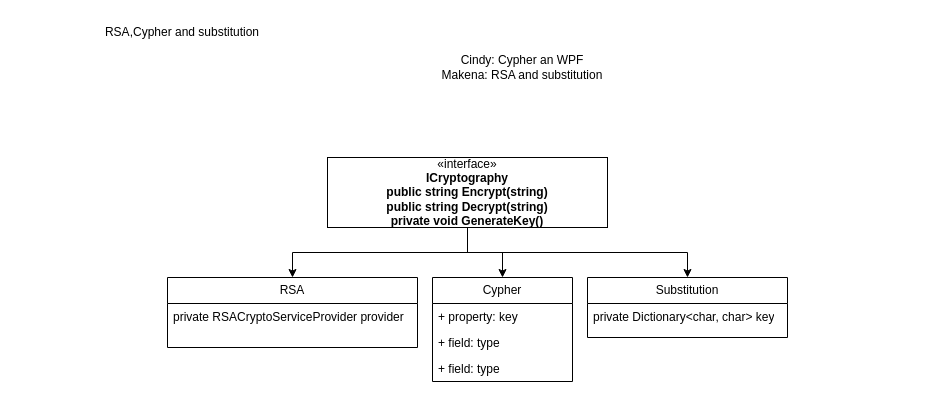
Cindy-Coulibaly/Security_Project keeps this draw.io diagram as ClassDiagramCryptography.drawio. Above is the earlier version. Source tidied: cells renumbered, new cells numbered last; positions are measured from the earlier drawing's top-left corner, leaving out a move shared by most shapes. Both pictures are drawn from the tidied source at 100%, with x=0, y=0 at pixel (67, 17).
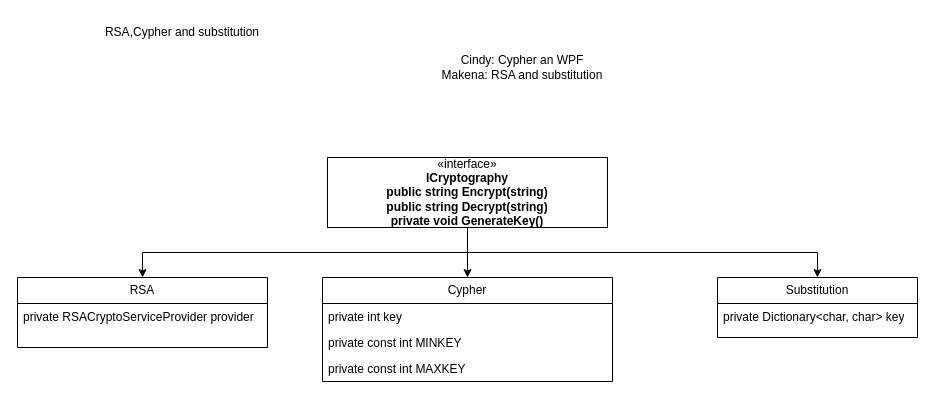
After the change.

The edit, as a diff of the source:
```diff
@@
 <mxGraphModel>
   <root>
     <mxCell id="0" />
     <mxCell id="1" parent="0" />
     <mxCell id="2" value="RSA,Cypher and substitution" style="text;html=1;strokeColor=none;fillColor=none;align=center;verticalAlign=middle;whiteSpace=wrap;rounded=0;" parent="1" vertex="1">
       <mxGeometry width="230" height="30" as="geometry" />
     </mxCell>
     <mxCell id="3" value="Cindy: Cypher an WPF&lt;br&gt;Makena: RSA and substitution" style="text;html=1;strokeColor=none;fillColor=none;align=center;verticalAlign=middle;whiteSpace=wrap;rounded=0;" parent="1" vertex="1">
       <mxGeometry x="320" width="270" height="100" as="geometry" />
     </mxCell>
     <mxCell id="4" style="edgeStyle=orthogonalEdgeStyle;rounded=0;jettySize=auto;html=1;exitX=0.5;exitY=1;exitDx=0;exitDy=0;entryX=0.5;entryY=0;entryDx=0;entryDy=0;" parent="1" edge="1" source="7" target="8">
       <mxGeometry relative="1" as="geometry" />
     </mxCell>
     <mxCell id="5" style="edgeStyle=orthogonalEdgeStyle;rounded=0;jettySize=auto;html=1;exitX=0.5;exitY=1;exitDx=0;exitDy=0;entryX=0.5;entryY=0;entryDx=0;entryDy=0;" parent="1" edge="1" source="7" target="10">
       <mxGeometry relative="1" as="geometry" />
     </mxCell>
     <mxCell id="6" style="edgeStyle=orthogonalEdgeStyle;rounded=0;jettySize=auto;html=1;exitX=0.5;exitY=1;exitDx=0;exitDy=0;entryX=0.5;entryY=0;entryDx=0;entryDy=0;" parent="1" edge="1" source="7" target="14">
       <mxGeometry relative="1" as="geometry" />
     </mxCell>
     <mxCell id="7" value="«interface»&lt;br&gt;&lt;b&gt;ICryptography&lt;br&gt;public string Encrypt(string)&lt;br&gt;public string Decrypt(string)&lt;br&gt;private void GenerateKey()&lt;br&gt;&lt;/b&gt;" style="html=1;whiteSpace=wrap;" parent="1" vertex="1">
       <mxGeometry x="260" y="140" width="280" height="70" as="geometry" />
     </mxCell>
     <mxCell id="8" value="RSA" style="swimlane;fontStyle=0;horizontal=1;startSize=26;fillColor=none;whiteSpace=wrap;html=1;" parent="1" vertex="1">
-      <mxGeometry x="100" y="260" width="250" height="70" as="geometry" />
+      <mxGeometry x="-50" y="260" width="250" height="70" as="geometry" />
     </mxCell>
     <mxCell id="9" value="private RSACryptoServiceProvider provider" style="text;strokeColor=none;fillColor=none;align=left;verticalAlign=top;spacingLeft=4;spacingRight=4;overflow=hidden;whiteSpace=wrap;html=1;" parent="8" vertex="1">
       <mxGeometry y="26" width="250" height="44" as="geometry" />
     </mxCell>
     <mxCell id="10" value="Cypher" style="swimlane;fontStyle=0;horizontal=1;startSize=26;fillColor=none;whiteSpace=wrap;html=1;" parent="1" vertex="1">
-      <mxGeometry x="365" y="260" width="140" height="104" as="geometry" />
+      <mxGeometry x="255" y="260" width="290" height="104" as="geometry" />
     </mxCell>
-    <mxCell id="11" value="+ property: key" style="text;strokeColor=none;fillColor=none;align=left;verticalAlign=top;spacingLeft=4;spacingRight=4;overflow=hidden;whiteSpace=wrap;html=1;" parent="10" vertex="1">
-      <mxGeometry y="26" width="140" height="26" as="geometry" />
+    <mxCell id="11" value="private int key" style="text;strokeColor=none;fillColor=none;align=left;verticalAlign=top;spacingLeft=4;spacingRight=4;overflow=hidden;whiteSpace=wrap;html=1;" parent="10" vertex="1">
+      <mxGeometry y="26" width="290" height="26" as="geometry" />
     </mxCell>
-    <mxCell id="12" value="+ field: type" style="text;strokeColor=none;fillColor=none;align=left;verticalAlign=top;spacingLeft=4;spacingRight=4;overflow=hidden;whiteSpace=wrap;html=1;" parent="10" vertex="1">
-      <mxGeometry y="52" width="140" height="26" as="geometry" />
+    <mxCell id="12" value="private const int MINKEY" style="text;strokeColor=none;fillColor=none;align=left;verticalAlign=top;spacingLeft=4;spacingRight=4;overflow=hidden;whiteSpace=wrap;html=1;" parent="10" vertex="1">
+      <mxGeometry y="52" width="290" height="26" as="geometry" />
     </mxCell>
-    <mxCell id="13" value="+ field: type" style="text;strokeColor=none;fillColor=none;align=left;verticalAlign=top;spacingLeft=4;spacingRight=4;overflow=hidden;whiteSpace=wrap;html=1;" parent="10" vertex="1">
-      <mxGeometry y="78" width="140" height="26" as="geometry" />
+    <mxCell id="13" value="private const int MAXKEY" style="text;strokeColor=none;fillColor=none;align=left;verticalAlign=top;spacingLeft=4;spacingRight=4;overflow=hidden;whiteSpace=wrap;html=1;" parent="10" vertex="1">
+      <mxGeometry y="78" width="290" height="26" as="geometry" />
     </mxCell>
     <mxCell id="14" value="Substitution" style="swimlane;fontStyle=0;horizontal=1;startSize=26;fillColor=none;whiteSpace=wrap;html=1;" parent="1" vertex="1">
-      <mxGeometry x="520" y="260" width="200" height="60" as="geometry" />
+      <mxGeometry x="650" y="260" width="200" height="60" as="geometry" />
     </mxCell>
     <mxCell id="15" value="private Dictionary&amp;lt;char, char&amp;gt; key" style="text;strokeColor=none;fillColor=none;align=left;verticalAlign=top;spacingLeft=4;spacingRight=4;overflow=hidden;whiteSpace=wrap;html=1;" parent="14" vertex="1">
       <mxGeometry y="26" width="200" height="34" as="geometry" />
     </mxCell>
   </root>
 </mxGraphModel>
```
